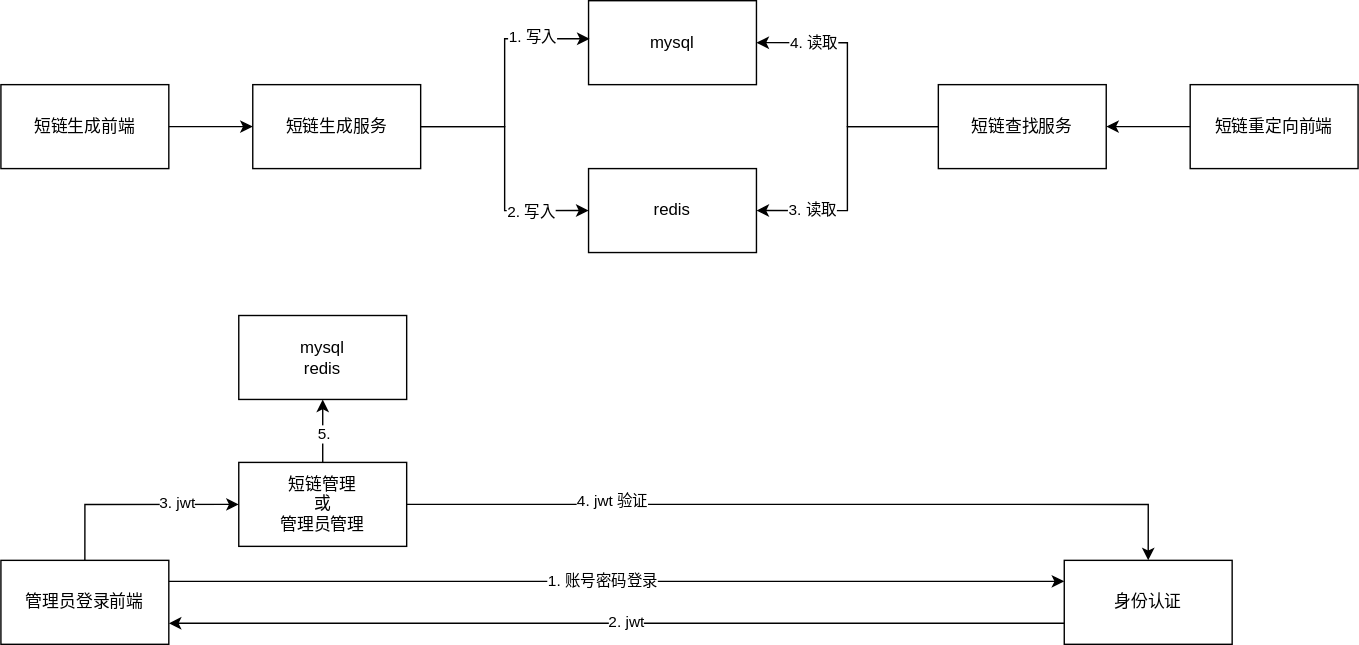
QuarkLink/docs keeps this draw.io diagram as asserts/后端架构.drawio.svg. Above is the earlier version. Source tidied: cells renumbered, new cells last; positions are measured from the earlier drawing's top-left corner, leaving out a move shared by most shapes.
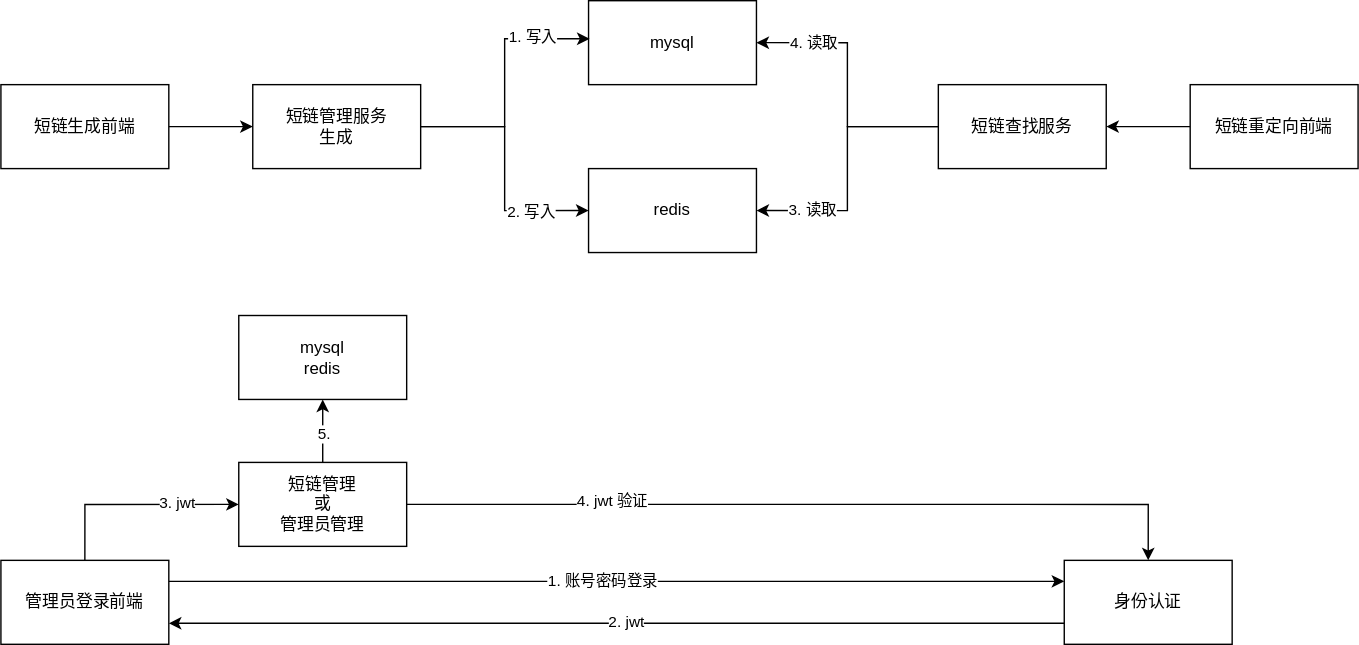
Later version of the same file.

Commit message:
更新后端架构.drawio.svg

The edit, as a diff of the source:
```diff
@@ -8,7 +8,7 @@
     <mxCell id="3" value="2. 写入" style="edgeLabel;html=1;align=center;verticalAlign=middle;" parent="2" vertex="1">
       <mxGeometry x="0.54" y="-1" relative="1" as="geometry" />
     </mxCell>
-    <mxCell id="4" value="短链生成服务" style="rounded=0;whiteSpace=wrap;html=1;" parent="1" vertex="1">
+    <mxCell id="4" value="短链管理服务&lt;div&gt;生成&lt;/div&gt;" style="rounded=0;whiteSpace=wrap;html=1;" parent="1" vertex="1">
       <mxGeometry x="180" y="60" width="120" height="60" as="geometry" />
     </mxCell>
     <mxCell id="5" value="redis" style="rounded=0;whiteSpace=wrap;html=1;" parent="1" vertex="1">
```
